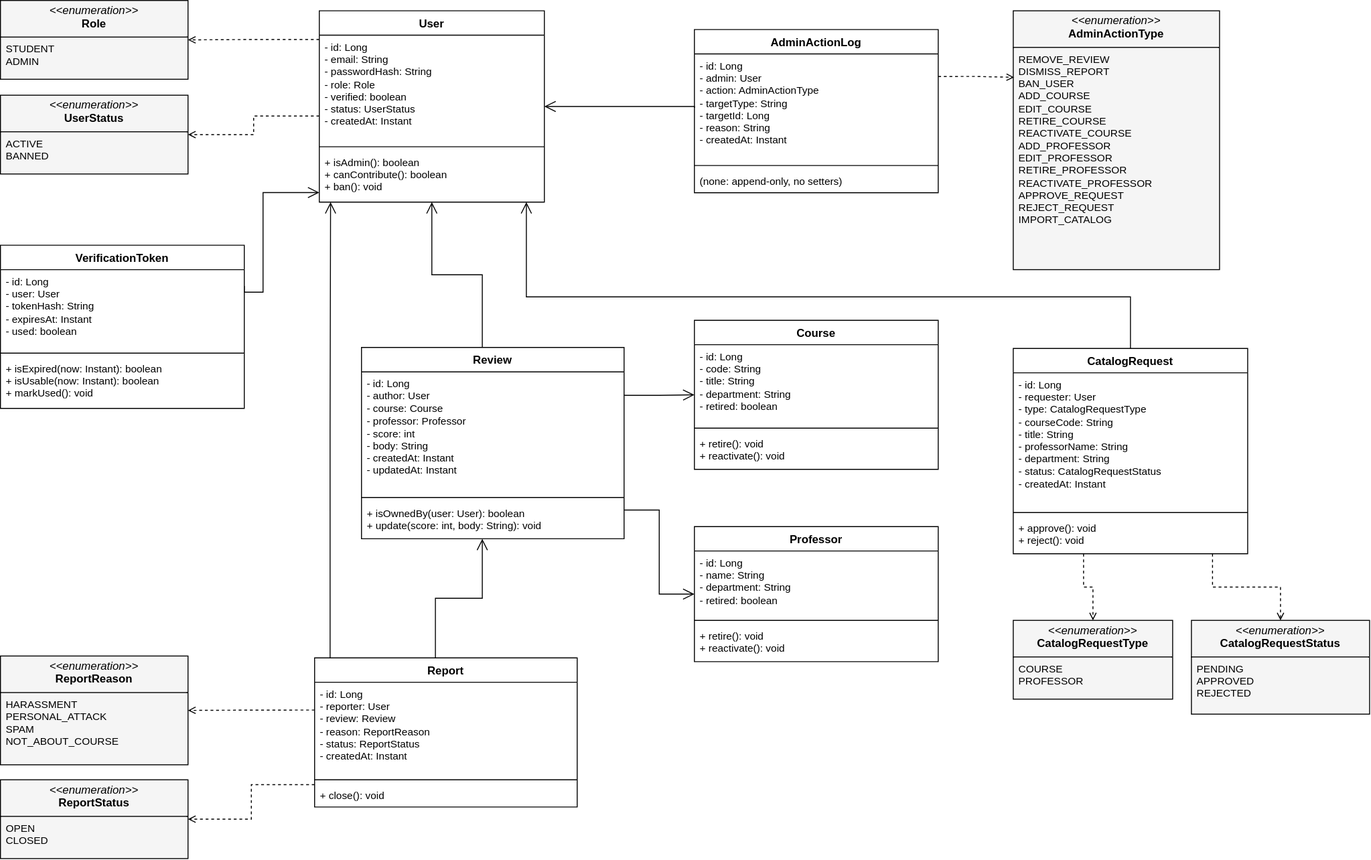
Above: docs/architecture/class-diagram-entities.drawio.svg in RamdathDylan/Brick-Reviews (draw.io), before the change. Source tidied: cells renumbered, new cells last; positions are measured from the earlier drawing's top-left corner, leaving out a move shared by most shapes.
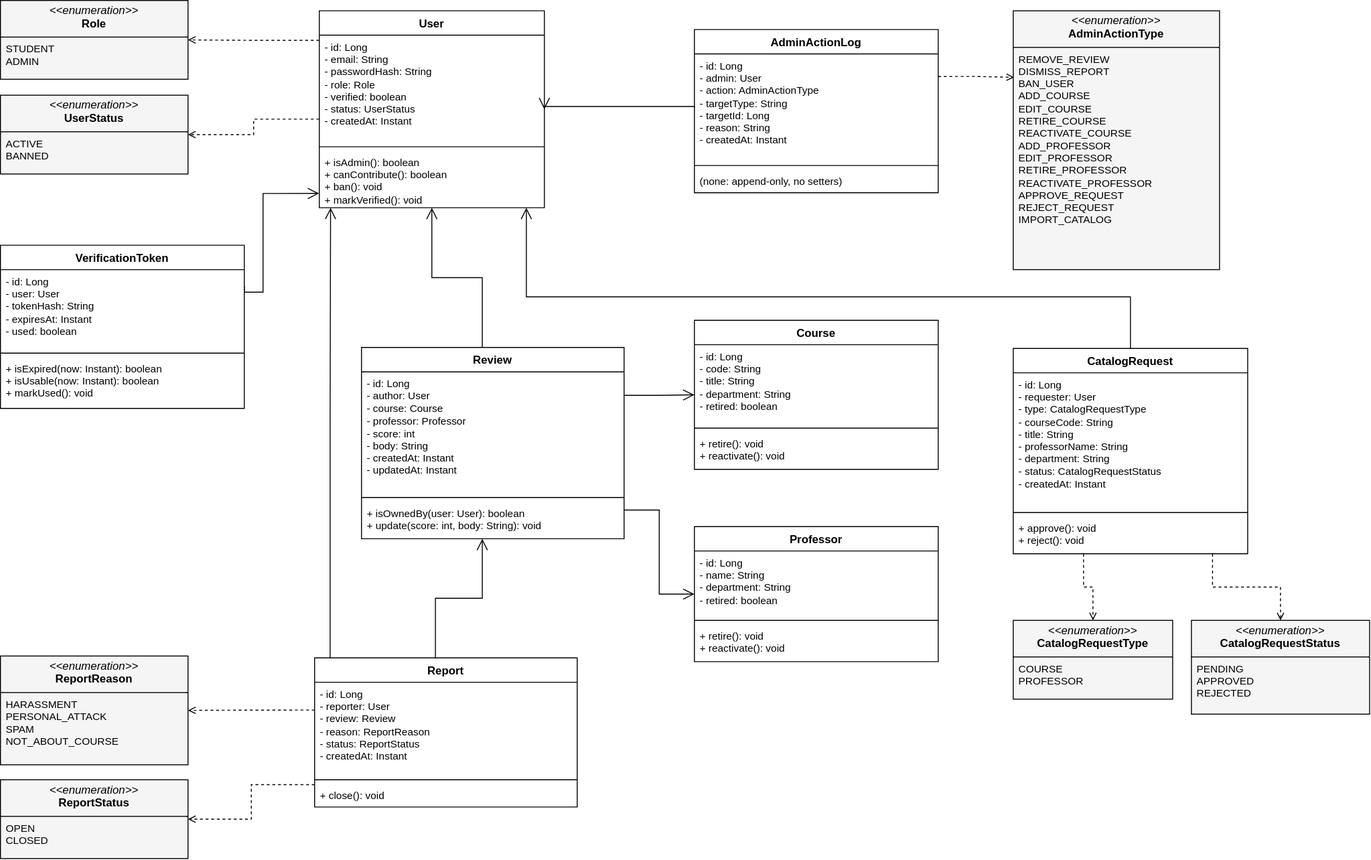
After the commit.

Commit message:
updating class diagram.

Change to the diagram source:
```diff
@@ -9,7 +9,7 @@
       <mxGeometry y="101" width="200" height="84" as="geometry" />
     </mxCell>
     <mxCell id="4" value="User" style="swimlane;fontStyle=1;align=center;verticalAlign=top;horizontal=1;startSize=26;whiteSpace=wrap;html=1;fillColor=#FFFFFF;fontFamily=Helvetica;" parent="1" vertex="1">
-      <mxGeometry x="340" y="11" width="240" height="204" as="geometry" />
+      <mxGeometry x="340" y="11" width="240" height="210" as="geometry" />
     </mxCell>
     <mxCell id="5" value="- id: Long&lt;br&gt;- email: String&lt;br&gt;- passwordHash: String&lt;br&gt;- role: Role&lt;br&gt;- verified: boolean&lt;br&gt;- status: UserStatus&lt;br&gt;- createdAt: Instant" style="text;strokeColor=none;fillColor=none;align=left;verticalAlign=top;spacingLeft=4;spacingRight=4;overflow=hidden;whiteSpace=wrap;html=1;fontFamily=Helvetica;fontSize=11;" parent="4" vertex="1">
       <mxGeometry y="26" width="240" height="115" as="geometry" />
@@ -17,8 +17,8 @@
     <mxCell id="6" style="line;strokeWidth=1;fillColor=none;align=left;verticalAlign=middle;spacingTop=-1;spacingLeft=3;spacingRight=3;labelPosition=right;strokeColor=inherit;fontFamily=Helvetica;" parent="4" vertex="1">
       <mxGeometry y="141" width="240" height="8" as="geometry" />
     </mxCell>
-    <mxCell id="7" value="+ isAdmin(): boolean&lt;br&gt;+ canContribute(): boolean&lt;br&gt;+ ban(): void" style="text;strokeColor=none;fillColor=none;align=left;verticalAlign=top;spacingLeft=4;spacingRight=4;overflow=hidden;points=[[0,0.5],[1,0.5]];portConstraint=eastwest;whiteSpace=wrap;html=1;fontFamily=Helvetica;fontSize=11;" parent="4" vertex="1">
-      <mxGeometry y="149" width="240" height="55" as="geometry" />
+    <mxCell id="7" value="+ isAdmin(): boolean&lt;br&gt;+ canContribute(): boolean&lt;br&gt;+ ban(): void&lt;div&gt;+ markVerified(): void&lt;/div&gt;" style="text;strokeColor=none;fillColor=none;align=left;verticalAlign=top;spacingLeft=4;spacingRight=4;overflow=hidden;points=[[0,0.5],[1,0.5]];portConstraint=eastwest;whiteSpace=wrap;html=1;fontFamily=Helvetica;fontSize=11;" parent="4" vertex="1">
+      <mxGeometry y="149" width="240" height="61" as="geometry" />
     </mxCell>
     <mxCell id="8" value="VerificationToken" style="swimlane;fontStyle=1;align=center;verticalAlign=top;horizontal=1;startSize=26;whiteSpace=wrap;html=1;fillColor=#FFFFFF;fontFamily=Helvetica;" parent="1" vertex="1">
       <mxGeometry y="261" width="260" height="174" as="geometry" />
@@ -134,11 +134,12 @@
     <mxCell id="45" style="edgeStyle=orthogonalEdgeStyle;rounded=0;html=1;endArrow=open;endFill=0;endSize=10;exitX=0.46;exitY=0;entryX=0.46;entryY=1;fontFamily=Helvetica;" parent="1" edge="1" source="29" target="17">
       <mxGeometry relative="1" as="geometry" />
     </mxCell>
-    <mxCell id="46" style="edgeStyle=orthogonalEdgeStyle;rounded=0;html=1;endArrow=open;endFill=0;endSize=10;exitX=1;exitY=0.25;entryX=0;entryY=0.95;fontFamily=Helvetica;" parent="1" edge="1" source="8" target="4">
-      <mxGeometry relative="1" as="geometry">
+    <mxCell id="46" style="edgeStyle=orthogonalEdgeStyle;rounded=0;html=1;endArrow=open;endFill=0;endSize=10;exitX=1;exitY=0.25;entryX=-0.001;entryY=0.75;fontFamily=Helvetica;entryDx=0;entryDy=0;entryPerimeter=0;" parent="1" edge="1" source="8" target="7">
+      <mxGeometry x="0.03" relative="1" as="geometry">
         <Array as="points">
+          <mxPoint x="260" y="311" />
           <mxPoint x="280" y="311" />
-          <mxPoint x="280" y="205" />
+          <mxPoint x="280" y="205.8" />
         </Array>
       </mxGeometry>
     </mxCell>
```
